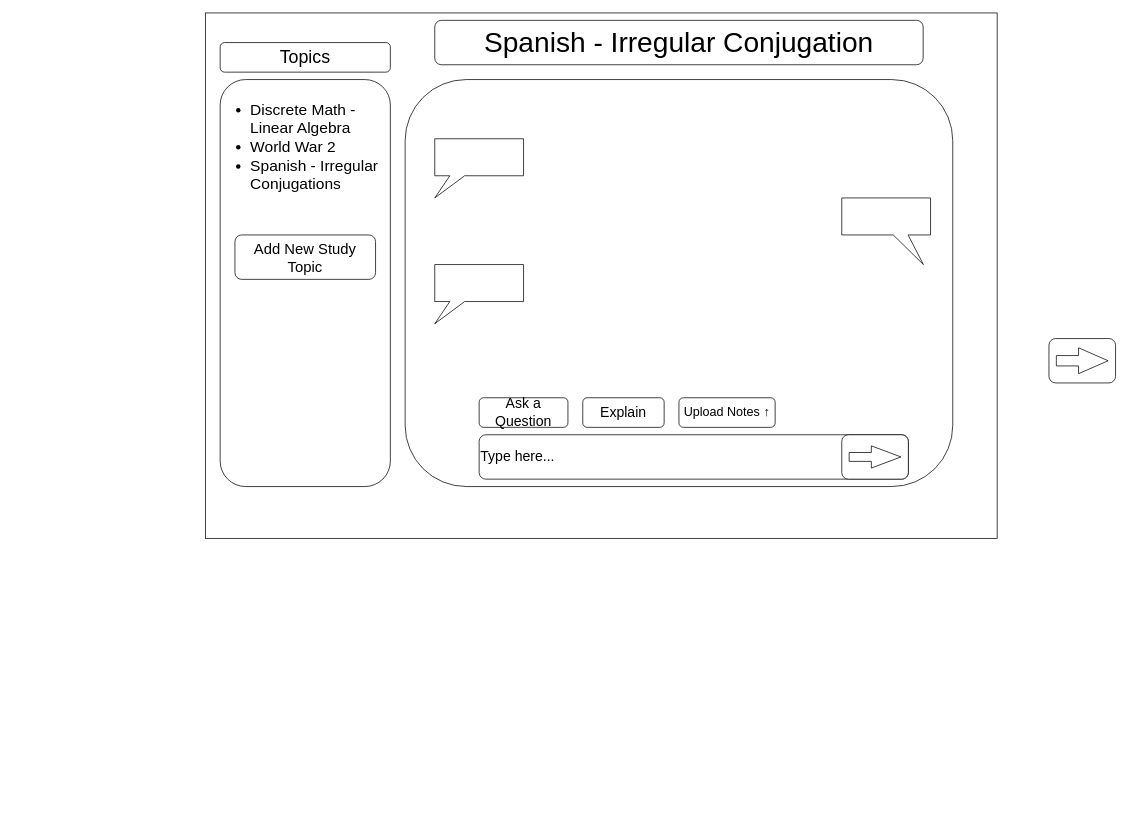
The draw.io diagram page "Chat - Spanish" (4 of 5) of 460prototype.drawio in mmeiser19/cpsc460, before the edit. Source tidied: cells renumbered, new cells numbered last; positions are measured from the earlier drawing's top-left corner, leaving out a move shared by most shapes. Both pictures are drawn from the tidied source at 74%, with x=0, y=0 at pixel (205, 13).
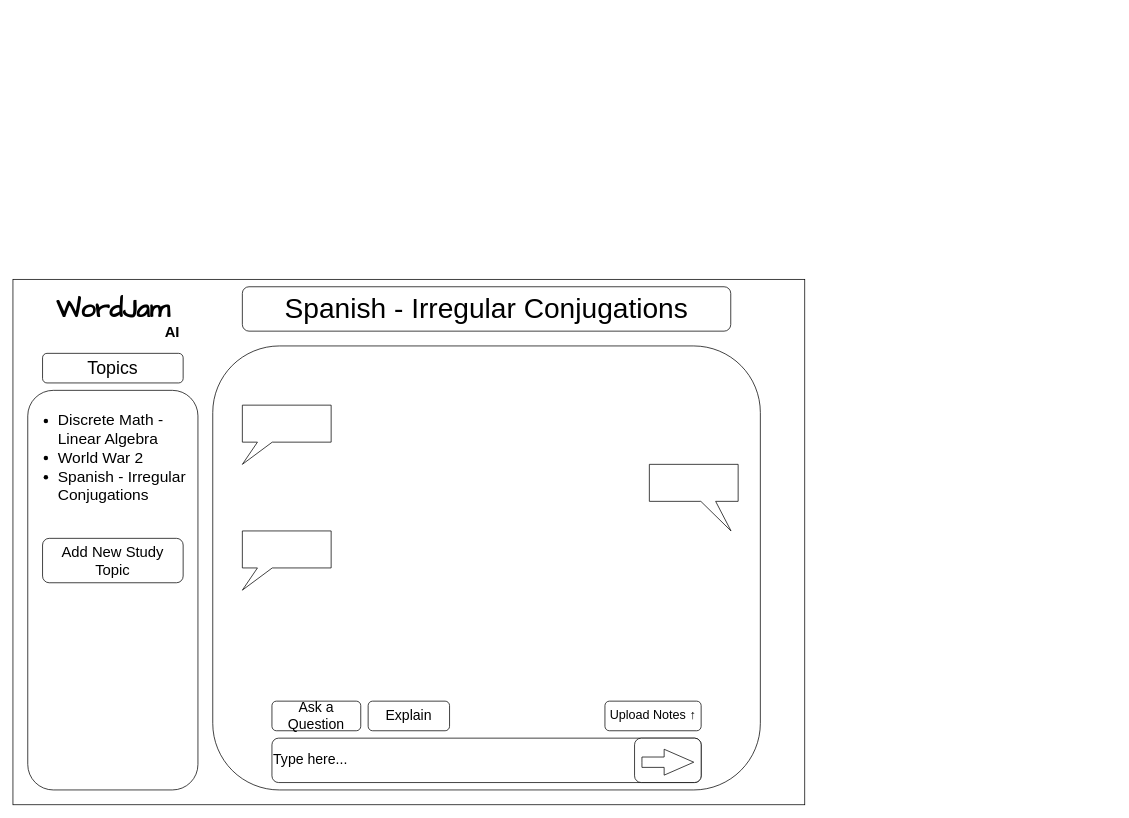
Above is the later version.

What changed in the source:
```diff
@@
 <mxGraphModel>
   <root>
     <mxCell id="0" />
     <mxCell id="1" parent="0" />
-    <mxCell id="2" style="rounded=0;whiteSpace=wrap;html=1;" parent="1" vertex="1">
-      <mxGeometry width="1070" height="710" as="geometry" />
-    </mxCell>
-    <mxCell id="3" value="&lt;span style=&quot;font-size: 38px;&quot;&gt;Spanish - Irregular Conjugation&lt;br&gt;&lt;/span&gt;" style="rounded=1;whiteSpace=wrap;html=1;" parent="1" vertex="1">
-      <mxGeometry x="310" y="10" width="660" height="60" as="geometry" />
-    </mxCell>
+    <mxCell id="19" style="rounded=0;whiteSpace=wrap;html=1;" parent="1" vertex="1">
+      <mxGeometry x="-260" y="360" width="1070" height="710" as="geometry" />
+    </mxCell>
+    <mxCell id="20" value="&lt;span style=&quot;font-size: 38px;&quot;&gt;Spanish - Irregular Conjugations&lt;br&gt;&lt;/span&gt;" style="rounded=1;whiteSpace=wrap;html=1;" parent="1" vertex="1">
+      <mxGeometry x="50" y="370" width="660" height="60" as="geometry" />
+    </mxCell>
     <mxCell id="4" value="&lt;span style=&quot;font-size: 24px;&quot;&gt;Topics&lt;/span&gt;" style="rounded=1;whiteSpace=wrap;html=1;" parent="1" vertex="1">
-      <mxGeometry x="20" y="40" width="230" height="40" as="geometry" />
+      <mxGeometry x="-220" y="460" width="190" height="40" as="geometry" />
     </mxCell>
-    <mxCell id="5" style="rounded=1;whiteSpace=wrap;html=1;" parent="1" vertex="1">
-      <mxGeometry x="270" y="90" width="740" height="550" as="geometry" />
-    </mxCell>
+    <mxCell id="21" style="rounded=1;whiteSpace=wrap;html=1;" parent="1" vertex="1">
+      <mxGeometry x="10" y="450" width="740" height="600" as="geometry" />
+    </mxCell>
     <mxCell id="6" value="&lt;font style=&quot;font-size: 19px;&quot;&gt;Type here...&lt;/font&gt;" style="rounded=1;whiteSpace=wrap;html=1;align=left;" parent="1" vertex="1">
-      <mxGeometry x="370" y="570" width="580" height="60" as="geometry" />
+      <mxGeometry x="90" y="980" width="580" height="60" as="geometry" />
     </mxCell>
     <mxCell id="7" value="&lt;ul style=&quot;font-size: 21px;&quot;&gt;&lt;li style=&quot;text-align: left;&quot;&gt;&lt;span style=&quot;background-color: initial;&quot;&gt;Discrete Math - Linear Algebra&lt;br&gt;&lt;/span&gt;&lt;/li&gt;&lt;li style=&quot;text-align: left;&quot;&gt;&lt;span style=&quot;background-color: initial;&quot;&gt;World War 2&lt;/span&gt;&lt;/li&gt;&lt;li style=&quot;text-align: left;&quot;&gt;&lt;span style=&quot;background-color: initial;&quot;&gt;Spanish - Irregular Conjugations&lt;/span&gt;&lt;/li&gt;&lt;/ul&gt;" style="rounded=1;whiteSpace=wrap;html=1;verticalAlign=top;" parent="1" vertex="1">
-      <mxGeometry x="20" y="90" width="230" height="550" as="geometry" />
+      <mxGeometry x="-240" y="510" width="230" height="540" as="geometry" />
     </mxCell>
     <mxCell id="8" value="&lt;font style=&quot;font-size: 19px;&quot;&gt;Ask a Question&lt;/font&gt;" style="rounded=1;whiteSpace=wrap;html=1;" parent="1" vertex="1">
-      <mxGeometry x="370" y="520" width="120" height="40" as="geometry" />
+      <mxGeometry x="90" y="930" width="120" height="40" as="geometry" />
     </mxCell>
     <mxCell id="9" value="&lt;font style=&quot;font-size: 19px;&quot;&gt;Explain&lt;/font&gt;" style="rounded=1;whiteSpace=wrap;html=1;" parent="1" vertex="1">
-      <mxGeometry x="510" y="520" width="110" height="40" as="geometry" />
+      <mxGeometry x="220" y="930" width="110" height="40" as="geometry" />
     </mxCell>
-    <mxCell id="10" style="rounded=1;whiteSpace=wrap;html=1;" parent="1" vertex="1">
-      <mxGeometry x="860" y="570" width="90" height="60" as="geometry" />
-    </mxCell>
     <mxCell id="11" value="&lt;font style=&quot;font-size: 17px;&quot;&gt;Upload Notes ↑&lt;br&gt;&lt;/font&gt;" style="rounded=1;whiteSpace=wrap;html=1;" parent="1" vertex="1">
-      <mxGeometry x="640" y="520" width="130" height="40" as="geometry" />
+      <mxGeometry x="540" y="930" width="130" height="40" as="geometry" />
     </mxCell>
-    <mxCell id="12" style="shape=callout;whiteSpace=wrap;html=1;perimeter=calloutPerimeter;size=30;position=0.17;position2=0;" parent="1" vertex="1">
-      <mxGeometry x="310" y="340" width="120" height="80" as="geometry" />
-    </mxCell>
-    <mxCell id="13" style="shape=callout;whiteSpace=wrap;html=1;perimeter=calloutPerimeter;size=30;position=0.17;position2=0;" parent="1" vertex="1">
-      <mxGeometry x="310" y="170" width="120" height="80" as="geometry" />
-    </mxCell>
-    <mxCell id="14" style="shape=callout;whiteSpace=wrap;html=1;perimeter=calloutPerimeter;size=40;position=0.58;position2=0.92;base=20;" parent="1" vertex="1">
-      <mxGeometry x="860" y="250" width="120" height="90" as="geometry" />
-    </mxCell>
+    <mxCell id="22" style="shape=callout;whiteSpace=wrap;html=1;perimeter=calloutPerimeter;size=30;position=0.17;position2=0;" parent="1" vertex="1">
+      <mxGeometry x="50" y="700" width="120" height="80" as="geometry" />
+    </mxCell>
+    <mxCell id="23" style="shape=callout;whiteSpace=wrap;html=1;perimeter=calloutPerimeter;size=30;position=0.17;position2=0;" parent="1" vertex="1">
+      <mxGeometry x="50" y="530" width="120" height="80" as="geometry" />
+    </mxCell>
+    <mxCell id="24" style="shape=callout;whiteSpace=wrap;html=1;perimeter=calloutPerimeter;size=40;position=0.58;position2=0.92;base=20;" parent="1" vertex="1">
+      <mxGeometry x="600" y="610" width="120" height="90" as="geometry" />
+    </mxCell>
     <mxCell id="15" value="&lt;font style=&quot;font-size: 20px;&quot;&gt;Add New Study Topic&lt;/font&gt;" style="rounded=1;whiteSpace=wrap;html=1;" parent="1" vertex="1">
-      <mxGeometry x="40" y="300" width="190" height="60" as="geometry" />
+      <mxGeometry x="-220" y="710" width="190" height="60" as="geometry" />
     </mxCell>
-    <mxCell id="16" style="html=1;shadow=0;dashed=0;align=center;verticalAlign=middle;shape=mxgraph.arrows2.arrow;dy=0.6;dx=40;notch=0;" parent="1" vertex="1">
-      <mxGeometry x="870" y="585" width="70" height="30" as="geometry" />
-    </mxCell>
-    <mxCell id="17" style="rounded=1;whiteSpace=wrap;html=1;" parent="1" vertex="1">
-      <mxGeometry x="1140" y="440" width="90" height="60" as="geometry" />
-    </mxCell>
-    <mxCell id="18" style="html=1;shadow=0;dashed=0;align=center;verticalAlign=middle;shape=mxgraph.arrows2.arrow;dy=0.6;dx=40;notch=0;" parent="1" vertex="1">
-      <mxGeometry x="1150" y="452.5" width="70" height="35" as="geometry" />
-    </mxCell>
+    <mxCell id="25" style="rounded=1;whiteSpace=wrap;html=1;" parent="1" vertex="1">
+      <mxGeometry x="580" y="980" width="90" height="60" as="geometry" />
+    </mxCell>
+    <mxCell id="26" style="html=1;shadow=0;dashed=0;align=center;verticalAlign=middle;shape=mxgraph.arrows2.arrow;dy=0.6;dx=40;notch=0;" parent="1" vertex="1">
+      <mxGeometry x="590" y="995" width="70" height="35" as="geometry" />
+    </mxCell>
+    <mxCell id="27" value="&lt;font size=&quot;1&quot; face=&quot;Comic Sans MS&quot;&gt;&lt;b style=&quot;font-size: 35px;&quot;&gt;WordJam&lt;/b&gt;&lt;/font&gt;" style="text;html=1;align=center;verticalAlign=middle;strokeColor=none;fillColor=none;" parent="1" vertex="1">
+      <mxGeometry x="-220" y="370" width="190" height="60" as="geometry" />
+    </mxCell>
+    <mxCell id="28" value="&lt;b&gt;&lt;font style=&quot;font-size: 20px;&quot;&gt;AI&lt;/font&gt;&lt;/b&gt;" style="text;html=1;align=center;verticalAlign=middle;strokeColor=none;fillColor=none;" parent="1" vertex="1">
+      <mxGeometry x="-65" y="410" width="40" height="40" as="geometry" />
+    </mxCell>
   </root>
 </mxGraphModel>
```
